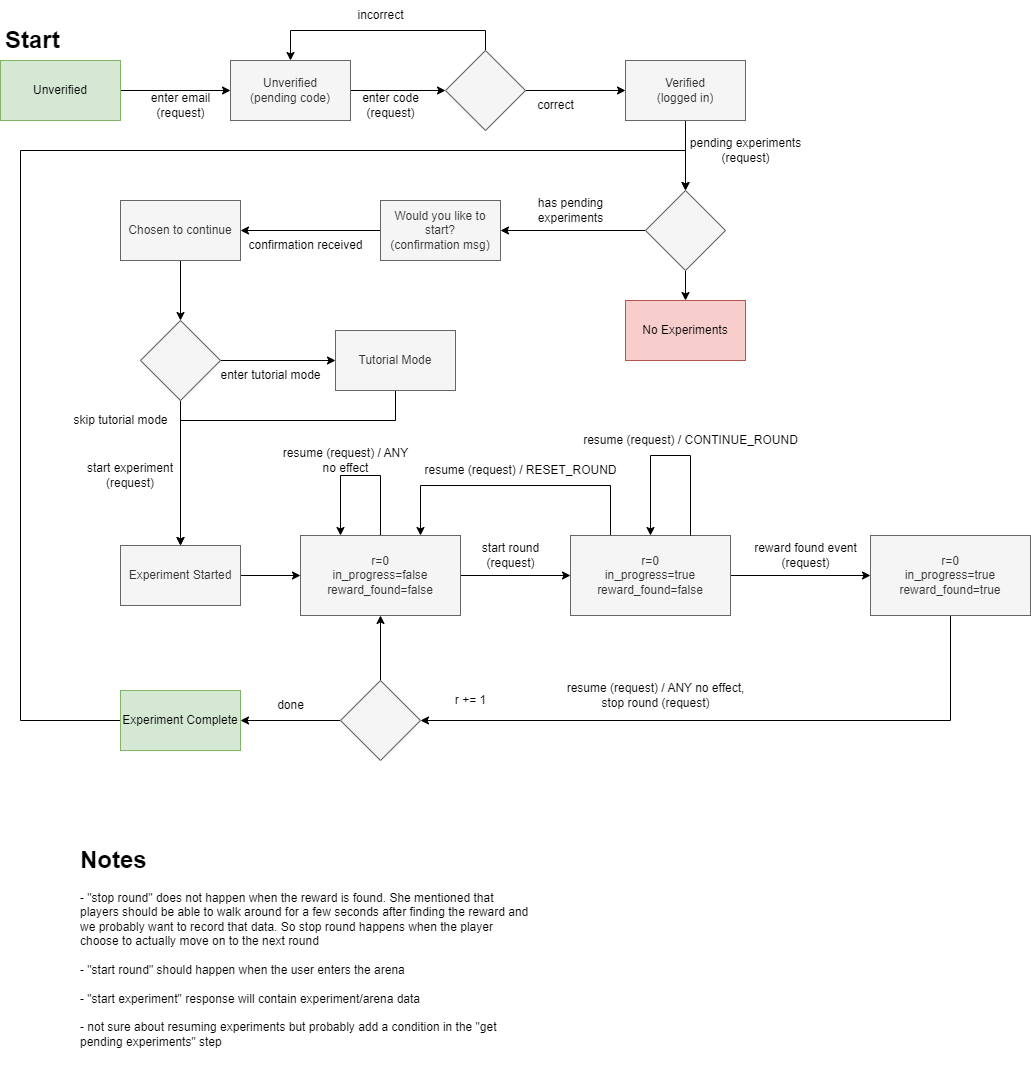
The draw.io diagram docs/experiment-state-diagram.png in seg491X-team36/virtual-spatial-navigation, before a commit. Source tidied: cells renumbered, new cells last; positions are measured from the earlier drawing's top-left corner, leaving out a move shared by most shapes.
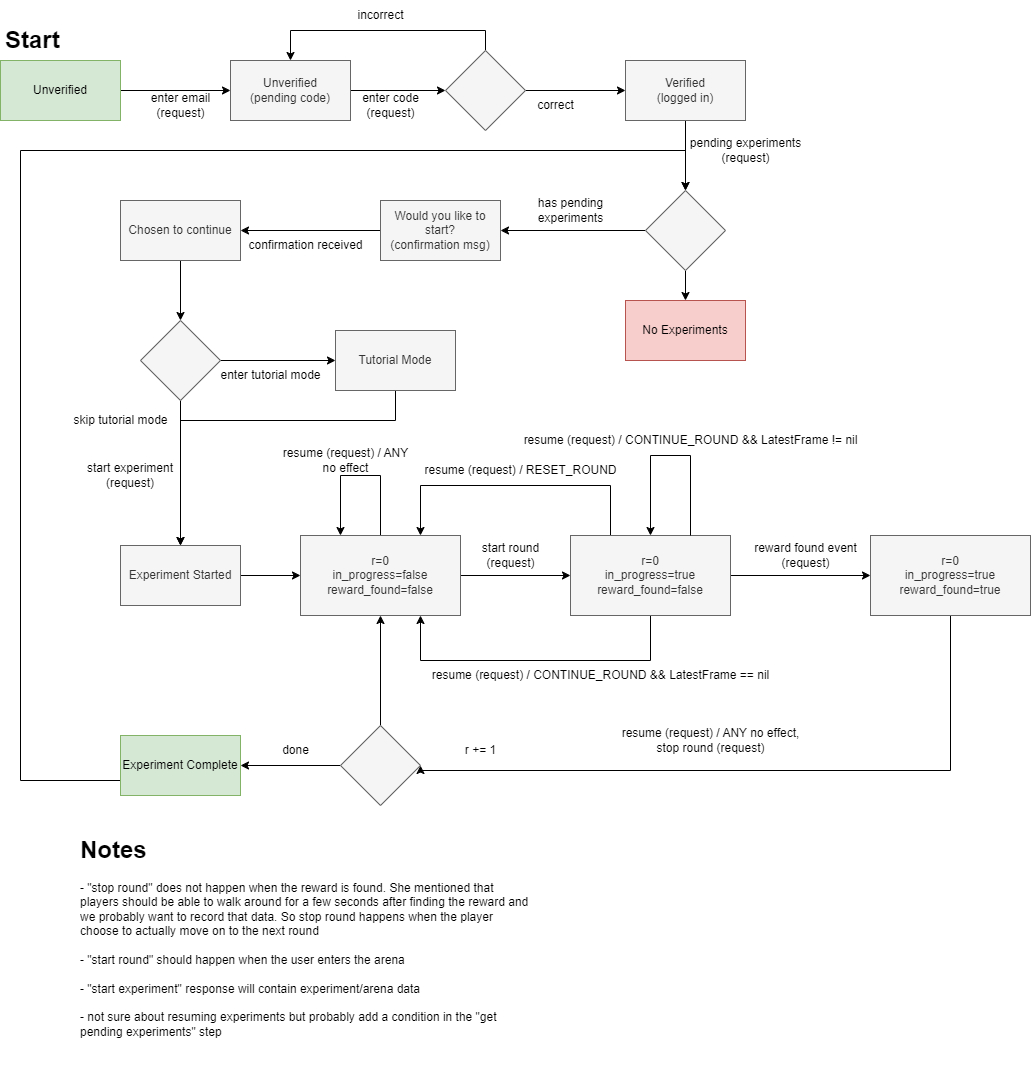
The same file after the commit.

Commit message:
fix continue round when latest frame does not exist

The edit, as a diff of the source:
```diff
@@ -103,14 +103,14 @@
     <mxCell id="33" style="edgeStyle=orthogonalEdgeStyle;rounded=0;jettySize=auto;html=1;exitX=0;exitY=0.5;exitDx=0;exitDy=0;entryX=0.5;entryY=0;entryDx=0;entryDy=0;" parent="1" edge="1" source="34" target="18">
       <mxGeometry relative="1" as="geometry">
         <Array as="points">
-          <mxPoint x="20" y="720" />
+          <mxPoint x="20" y="780" />
           <mxPoint x="20" y="150" />
           <mxPoint x="685" y="150" />
         </Array>
       </mxGeometry>
     </mxCell>
     <mxCell id="34" value="Experiment Complete" style="rounded=0;whiteSpace=wrap;html=1;fillColor=#d5e8d4;strokeColor=#82b366;" parent="1" vertex="1">
-      <mxGeometry x="120" y="690" width="120" height="60" as="geometry" />
+      <mxGeometry x="120" y="735" width="120" height="60" as="geometry" />
     </mxCell>
     <mxCell id="35" value="skip tutorial mode" style="text;html=1;align=center;verticalAlign=middle;strokeColor=none;fillColor=none;" parent="1" vertex="1">
       <mxGeometry x="60" y="405" width="120" height="30" as="geometry" />
@@ -119,7 +119,7 @@
       <mxGeometry x="525" y="190" width="90" height="40" as="geometry" />
     </mxCell>
     <mxCell id="37" value="&lt;h1&gt;Notes&lt;/h1&gt;&lt;div&gt;- &quot;stop round&quot; does not happen when the reward is found. She mentioned that players should be able to walk around for a few seconds after finding the reward and we probably want to record that data. So stop round happens when the player choose to actually move on to the next round&lt;/div&gt;&lt;div&gt;&lt;br&gt;&lt;/div&gt;&lt;div&gt;- &quot;start round&quot; should happen when the user enters the arena&lt;/div&gt;&lt;div&gt;&lt;br&gt;&lt;/div&gt;&lt;div&gt;- &quot;start experiment&quot; response will contain experiment/arena data&lt;/div&gt;&lt;div&gt;&lt;br&gt;&lt;/div&gt;&lt;div&gt;- not sure about resuming experiments but probably add a condition in the &quot;get pending experiments&quot; step&lt;/div&gt;" style="text;html=1;strokeColor=none;fillColor=none;spacing=5;spacingTop=-20;whiteSpace=wrap;overflow=hidden;rounded=0;" parent="1" vertex="1">
-      <mxGeometry x="75" y="840" width="460" height="250" as="geometry" />
+      <mxGeometry x="75" y="830" width="460" height="250" as="geometry" />
     </mxCell>
     <mxCell id="38" value="confirmation received" style="text;html=1;align=center;verticalAlign=middle;strokeColor=none;fillColor=none;" parent="1" vertex="1">
       <mxGeometry x="235" y="230" width="140" height="30" as="geometry" />
@@ -152,13 +152,22 @@
     <mxCell id="44" style="edgeStyle=orthogonalEdgeStyle;rounded=0;jettySize=auto;html=1;exitX=1;exitY=0.5;exitDx=0;exitDy=0;" parent="1" edge="1" source="45" target="47">
       <mxGeometry relative="1" as="geometry" />
     </mxCell>
+    <mxCell id="60" style="edgeStyle=orthogonalEdgeStyle;rounded=0;jettySize=auto;html=1;exitX=0.5;exitY=1;exitDx=0;exitDy=0;entryX=0.75;entryY=1;entryDx=0;entryDy=0;" parent="1" edge="1" source="45" target="42">
+      <mxGeometry relative="1" as="geometry">
+        <Array as="points">
+          <mxPoint x="650" y="660" />
+          <mxPoint x="420" y="660" />
+        </Array>
+      </mxGeometry>
+    </mxCell>
     <mxCell id="45" value="r=0&lt;br&gt;in_progress=true&lt;br&gt;reward_found=false" style="rounded=0;whiteSpace=wrap;html=1;fillColor=#f5f5f5;strokeColor=#666666;fontColor=#333333;" parent="1" vertex="1">
       <mxGeometry x="570" y="535" width="160" height="80" as="geometry" />
     </mxCell>
     <mxCell id="46" style="edgeStyle=orthogonalEdgeStyle;rounded=0;jettySize=auto;html=1;exitX=0.5;exitY=1;exitDx=0;exitDy=0;entryX=1;entryY=0.5;entryDx=0;entryDy=0;" parent="1" edge="1" source="47" target="58">
       <mxGeometry relative="1" as="geometry">
         <Array as="points">
-          <mxPoint x="950" y="720" />
+          <mxPoint x="950" y="770" />
+          <mxPoint x="420" y="770" />
         </Array>
       </mxGeometry>
     </mxCell>
@@ -179,20 +188,20 @@
         </Array>
       </mxGeometry>
     </mxCell>
-    <mxCell id="51" value="resume (request) / CONTINUE_ROUND" style="text;html=1;align=center;verticalAlign=middle;strokeColor=none;fillColor=none;" parent="1" vertex="1">
-      <mxGeometry x="570" y="425" width="240" height="30" as="geometry" />
+    <mxCell id="51" value="resume (request) / CONTINUE_ROUND &amp;amp;&amp;amp; LatestFrame != nil" style="text;html=1;align=center;verticalAlign=middle;strokeColor=none;fillColor=none;" parent="1" vertex="1">
+      <mxGeometry x="510" y="425" width="360" height="30" as="geometry" />
     </mxCell>
     <mxCell id="52" value="resume (request) / RESET_ROUND" style="text;html=1;align=center;verticalAlign=middle;strokeColor=none;fillColor=none;" parent="1" vertex="1">
       <mxGeometry x="410" y="455" width="220" height="30" as="geometry" />
     </mxCell>
     <mxCell id="53" value="resume (request) / ANY no effect, &lt;br&gt;stop round (request)" style="text;html=1;align=center;verticalAlign=middle;strokeColor=none;fillColor=none;" parent="1" vertex="1">
-      <mxGeometry x="555" y="675" width="200" height="40" as="geometry" />
+      <mxGeometry x="610" y="720" width="200" height="40" as="geometry" />
     </mxCell>
     <mxCell id="54" value="resume (request) / ANY&lt;br&gt;no effect" style="text;html=1;align=center;verticalAlign=middle;strokeColor=none;fillColor=none;" parent="1" vertex="1">
       <mxGeometry x="270" y="440" width="150" height="40" as="geometry" />
     </mxCell>
     <mxCell id="55" value="r += 1" style="text;html=1;align=center;verticalAlign=middle;strokeColor=none;fillColor=none;" parent="1" vertex="1">
-      <mxGeometry x="445" y="685" width="50" height="30" as="geometry" />
+      <mxGeometry x="455" y="735" width="50" height="30" as="geometry" />
     </mxCell>
     <mxCell id="56" style="edgeStyle=orthogonalEdgeStyle;rounded=0;jettySize=auto;html=1;exitX=0.5;exitY=0;exitDx=0;exitDy=0;entryX=0.5;entryY=1;entryDx=0;entryDy=0;" parent="1" edge="1" source="58" target="42">
       <mxGeometry relative="1" as="geometry" />
@@ -201,10 +210,13 @@
       <mxGeometry relative="1" as="geometry" />
     </mxCell>
     <mxCell id="58" style="rhombus;whiteSpace=wrap;html=1;fillColor=#f5f5f5;fontColor=#333333;strokeColor=#666666;" parent="1" vertex="1">
-      <mxGeometry x="340" y="680" width="80" height="80" as="geometry" />
+      <mxGeometry x="340" y="725" width="80" height="80" as="geometry" />
     </mxCell>
     <mxCell id="59" value="done" style="text;html=1;align=center;verticalAlign=middle;strokeColor=none;fillColor=none;" parent="1" vertex="1">
-      <mxGeometry x="265" y="690" width="50" height="30" as="geometry" />
+      <mxGeometry x="270" y="735" width="50" height="30" as="geometry" />
     </mxCell>
+    <mxCell id="61" value="resume (request) / CONTINUE_ROUND &amp;amp;&amp;amp; LatestFrame == nil" style="text;html=1;align=center;verticalAlign=middle;strokeColor=none;fillColor=none;" parent="1" vertex="1">
+      <mxGeometry x="420" y="660" width="360" height="30" as="geometry" />
+    </mxCell>
   </root>
 </mxGraphModel>
```
